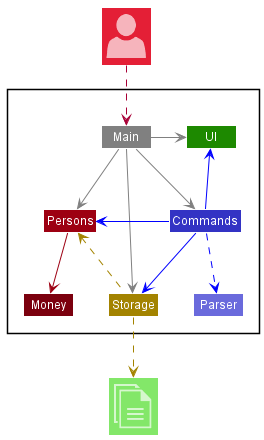
Above: docs/images/ArchitectureDiagram.png in nus-cs2113-AY2122S2/tp (PlantUML), before the change.
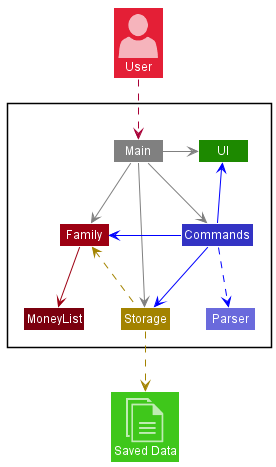
Above is the later version.

Change to the diagram source:
```diff
@@ -8,28 +8,28 @@
     Class UI UI_COLOR
     Class Commands LOGIC_COLOR
     Class Storage STORAGE_COLOR
-    Class Persons MODEL_COLOR
-    Class Money MODEL_COLOR_T3
+    Class Family MODEL_COLOR
+    Class MoneyList MODEL_COLOR_T3
     Class Main #grey
     Class Parser LOGIC_COLOR_T2
 }
 
-Class "<$user>" as User MODEL_COLOR_T2
-Class "<$documents>" as File UI_COLOR_T1
+Class "<$user>\nUser" as User MODEL_COLOR_T2
+Class "<$documents>\nSaved Data" as File UI_COLOR_T2
 
 Main -right[#grey]->UI
-Main -down[#grey]->Persons
+Main -down[#grey]->Family
 Main -right[#grey]->Commands
 Main -down[#grey]->Storage
 
 Commands -up[#blue]->UI
-Commands -left[#blue]->Persons
+Commands -left[#blue]->Family
 Commands -down[#blue]->Storage
 Commands -down[#blue].>Parser
 
-Persons -down[MODEL_COLOR]->Money
+Family -down[MODEL_COLOR]->MoneyList
 
-Storage -left[STORAGE_COLOR].>Persons
+Storage -left[STORAGE_COLOR].>Family
 Storage .down[STORAGE_COLOR].>File
 
 User ..> Main
```
